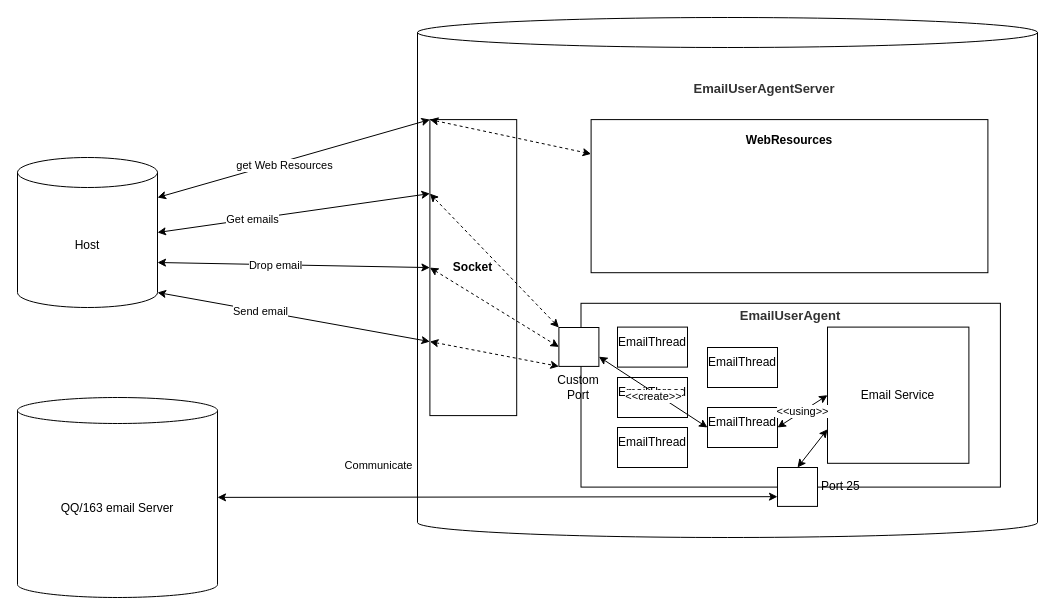
Before: Untitled Diagram.drawio in MuZi-lh/EmailUserAgent, a draw.io diagram. Source tidied: cells renumbered, new cells numbered last; positions are measured from the earlier drawing's top-left corner, leaving out a move shared by most shapes. Both pictures are drawn from the tidied source at 100%, with x=0, y=0 at pixel (17, 17).
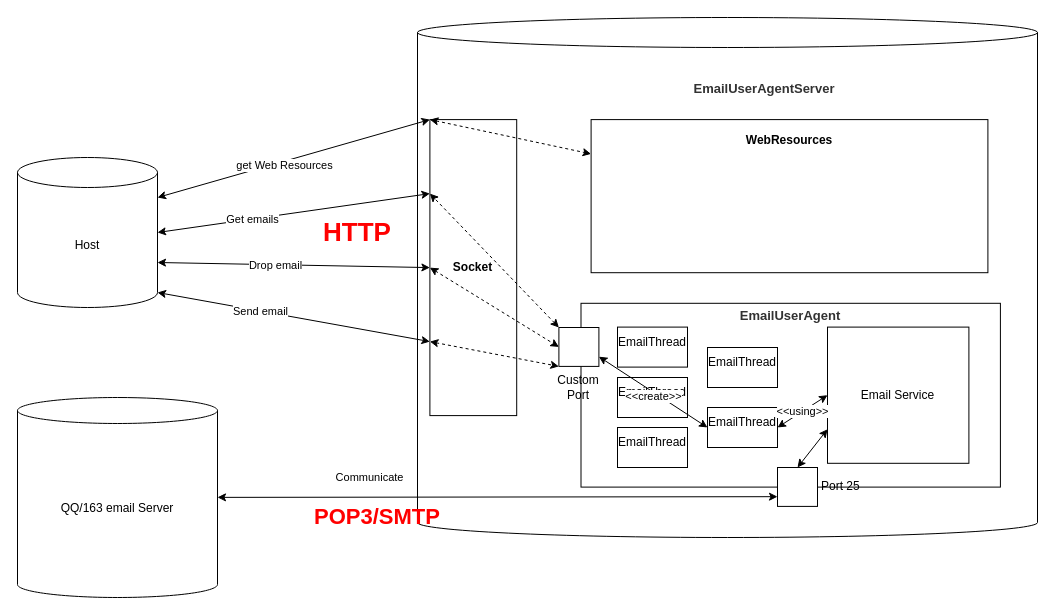
Above is the later version.

Unchanged cells that the change refers to:
```xml
<mxCell id="37" style="edgeStyle=none;rounded=0;jettySize=auto;html=1;exitX=0;exitY=0.75;exitDx=0;exitDy=0;startArrow=classic;startFill=1;" parent="1" edge="1" source="9" target="36">
  <mxGeometry relative="1" as="geometry" />
</mxCell>
```

The edit, as a diff of the source:
```diff
@@
     <mxCell id="38" value="Communicate" style="edgeLabel;html=1;align=center;verticalAlign=middle;" parent="37" vertex="1">
       <mxGeometry x="0.43" y="1" relative="1" as="geometry">
-        <mxPoint y="-33" as="offset" />
+        <mxPoint x="-9" y="-21" as="offset" />
       </mxGeometry>
     </mxCell>
@@
+    <mxCell id="51" value="&lt;font style=&quot;font-size: 26px&quot; color=&quot;#ff0000&quot;&gt;&lt;b&gt;HTTP&lt;/b&gt;&lt;/font&gt;" style="text;html=1;strokeColor=none;fillColor=none;align=center;verticalAlign=middle;whiteSpace=wrap;rounded=0;" parent="1" vertex="1">
+      <mxGeometry x="320" y="205" width="40" height="20" as="geometry" />
+    </mxCell>
+    <mxCell id="52" value="&lt;font style=&quot;font-size: 22px&quot; color=&quot;#ff0000&quot;&gt;&lt;b&gt;POP3/SMTP&lt;/b&gt;&lt;/font&gt;" style="text;html=1;strokeColor=none;fillColor=none;align=center;verticalAlign=middle;whiteSpace=wrap;rounded=0;" parent="1" vertex="1">
+      <mxGeometry x="340" y="490" width="40" height="20" as="geometry" />
+    </mxCell>
```
